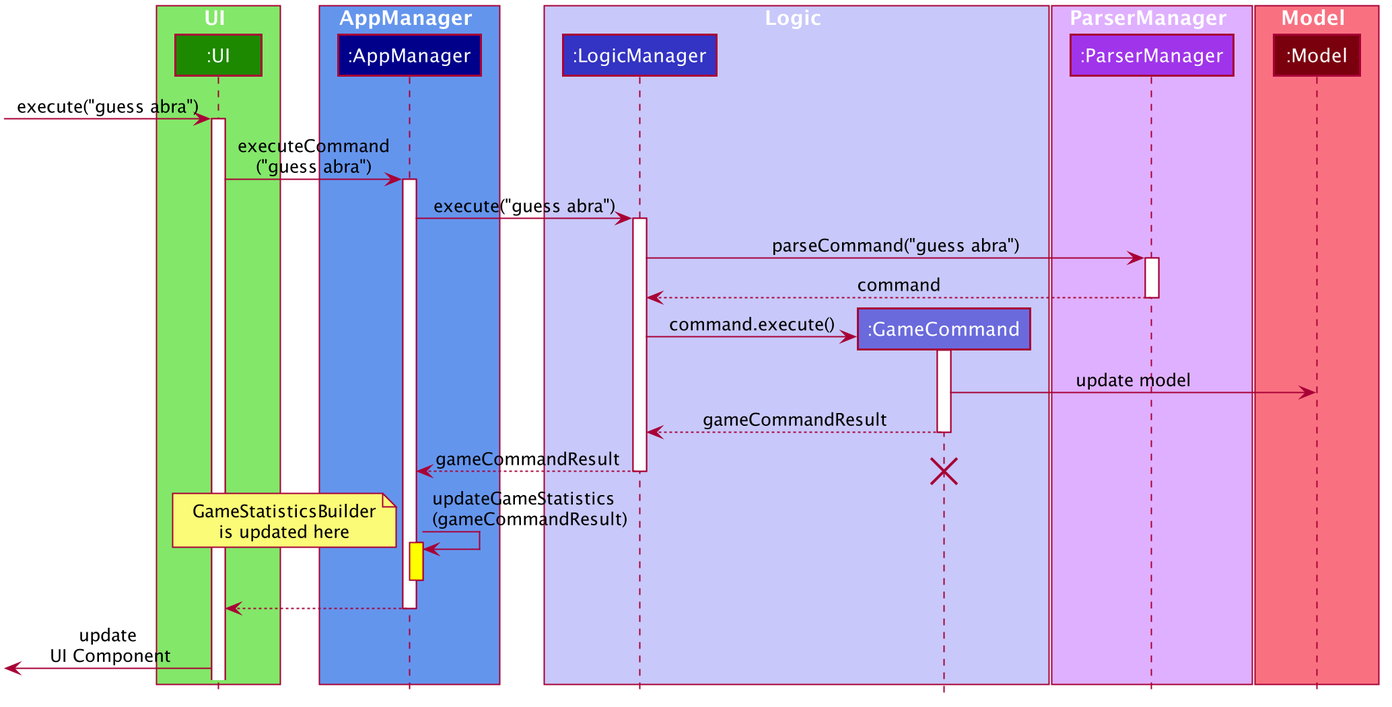
This is docs/images/UpdateStatisticsSequenceDiagram.png from nus-cs2103-AY1920S1/addressbook-level3, a PlantUML export, as it was before one commit. Its source is kept beside it as docs/diagrams/UpdateStatisticsSequenceDiagram.puml.
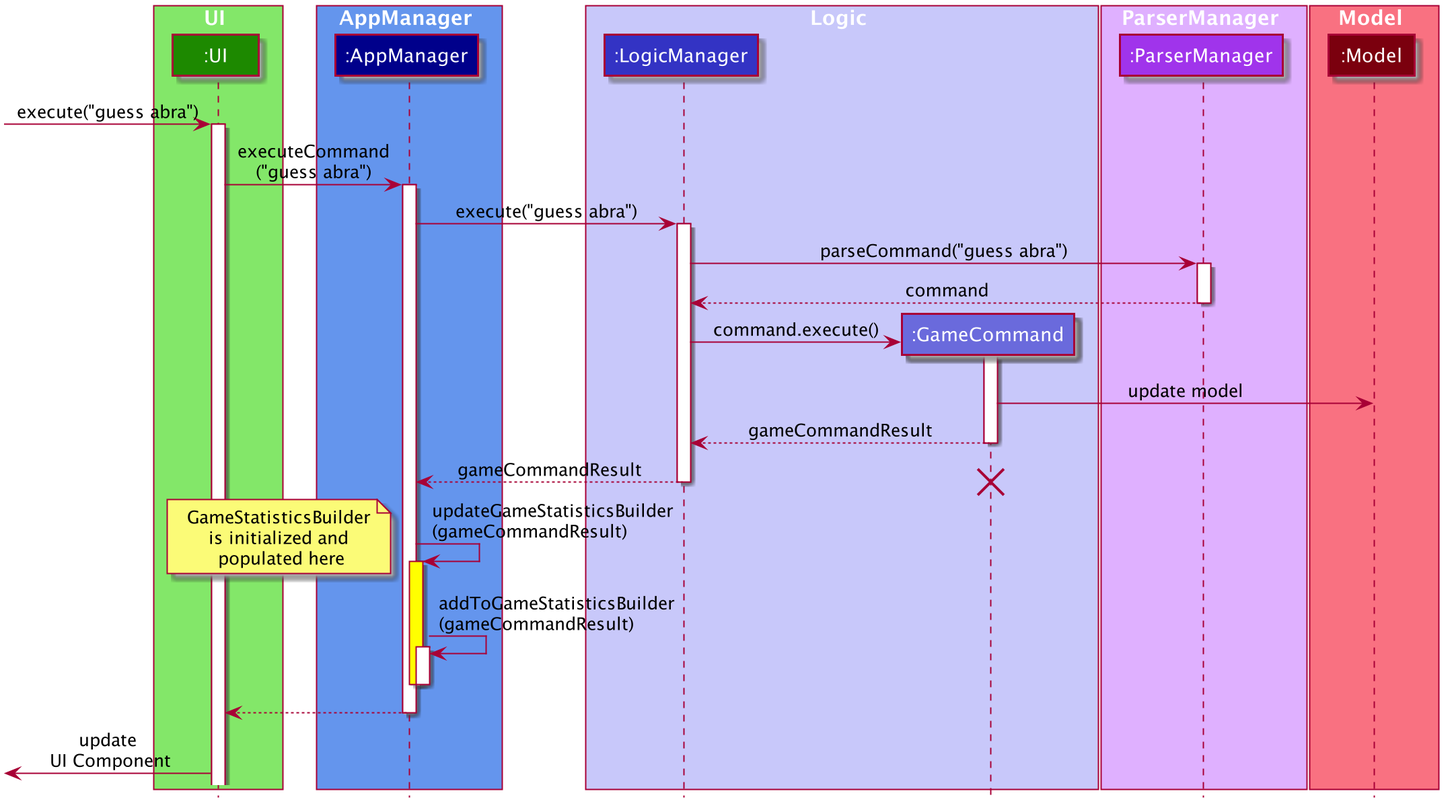
After the change.

Change to the diagram source:
```diff
@@ -51,11 +51,13 @@
 destroy GameCommand
 deactivate LogicManager
 
-AppManager -> AppManager: updateGameStatistics\n(gameCommandResult)
-
+AppManager -> AppManager: updateGameStatisticsBuilder\n(gameCommandResult)
 activate AppManager #yellow
+note bottom: GameStatisticsBuilder\nis initialized and\n populated here
+AppManager -> AppManager: addToGameStatisticsBuilder\n(gameCommandResult)
+activate AppManager
 deactivate AppManager
-note bottom: GameStatisticsBuilder\nis updated here
+deactivate AppManager
 
 
 AppManager --> UI
```
